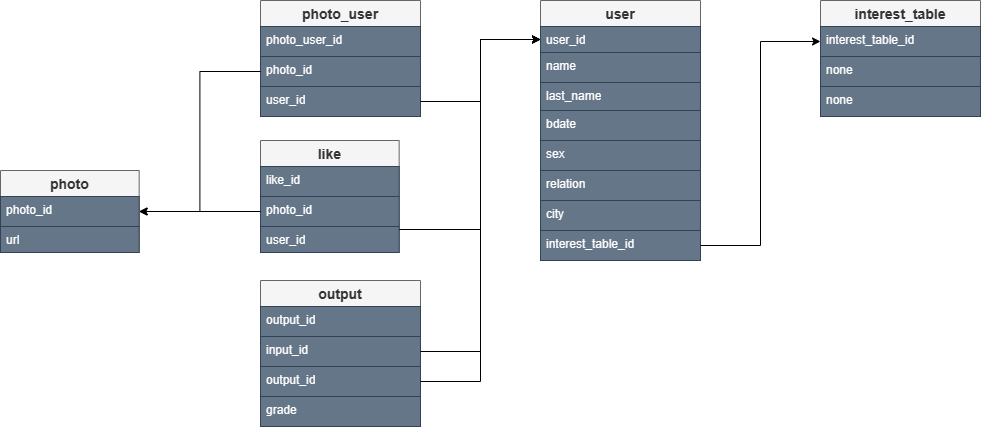
Earlier version of the draw.io export DataBase/VKinderDB.png (Vector232/Diplom_VKinder). Source tidied: cells renumbered, new cells last; positions are measured from the earlier drawing's top-left corner, leaving out a move shared by most shapes.
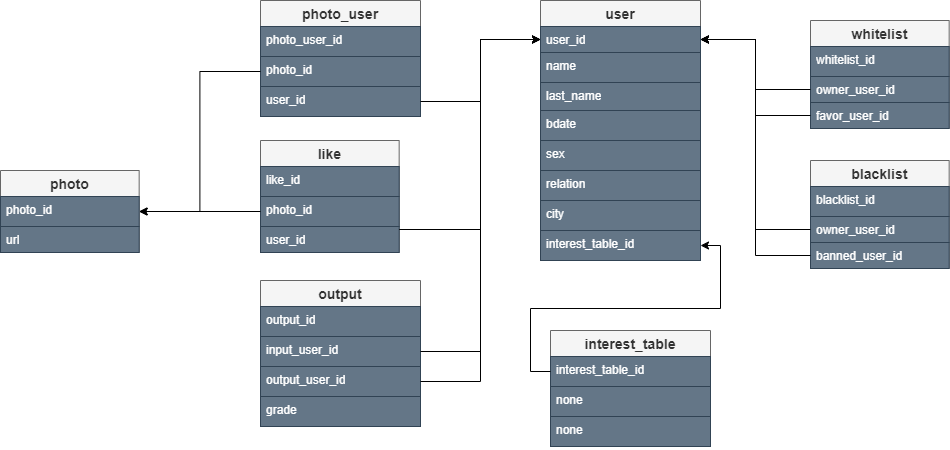
After the change.

The edit, as a diff of the source:
```diff
@@ -30,7 +30,7 @@
       <mxGeometry y="230" width="160" height="30" as="geometry" />
     </mxCell>
     <mxCell id="11" value="interest_table" style="swimlane;fontStyle=1;horizontal=1;startSize=26;align=center;fontSize=14;fillColor=#f5f5f5;fontColor=#333333;strokeColor=#666666;" parent="1" vertex="1">
-      <mxGeometry x="820" width="160" height="116" as="geometry" />
+      <mxGeometry x="550" y="330" width="160" height="116" as="geometry" />
     </mxCell>
     <mxCell id="12" value="interest_table_id" style="text;strokeColor=#314354;fillColor=#647687;spacingLeft=4;spacingRight=4;overflow=hidden;points=[[0,0.5],[1,0.5]];portConstraint=eastwest;fontSize=12;whiteSpace=wrap;html=1;fontColor=#ffffff;" parent="11" vertex="1">
       <mxGeometry y="26" width="160" height="30" as="geometry" />
@@ -74,10 +74,10 @@
     <mxCell id="25" value="output_id" style="text;strokeColor=#314354;fillColor=#647687;spacingLeft=4;spacingRight=4;overflow=hidden;fontSize=12;whiteSpace=wrap;html=1;fontColor=#ffffff;" parent="24" vertex="1">
       <mxGeometry y="26" width="160" height="30" as="geometry" />
     </mxCell>
-    <mxCell id="26" value="input_id" style="text;strokeColor=#314354;fillColor=#647687;spacingLeft=4;spacingRight=4;overflow=hidden;points=[[0,0.5],[1,0.5]];portConstraint=eastwest;fontSize=12;whiteSpace=wrap;html=1;fontColor=#ffffff;" parent="24" vertex="1">
+    <mxCell id="26" value="input_user_id" style="text;strokeColor=#314354;fillColor=#647687;spacingLeft=4;spacingRight=4;overflow=hidden;points=[[0,0.5],[1,0.5]];portConstraint=eastwest;fontSize=12;whiteSpace=wrap;html=1;fontColor=#ffffff;" parent="24" vertex="1">
       <mxGeometry y="56" width="160" height="30" as="geometry" />
     </mxCell>
-    <mxCell id="27" value="output_id" style="text;strokeColor=#314354;fillColor=#647687;spacingLeft=4;spacingRight=4;overflow=hidden;points=[[0,0.5],[1,0.5]];portConstraint=eastwest;fontSize=12;whiteSpace=wrap;html=1;fontColor=#ffffff;" parent="24" vertex="1">
+    <mxCell id="27" value="output_user_id" style="text;strokeColor=#314354;fillColor=#647687;spacingLeft=4;spacingRight=4;overflow=hidden;points=[[0,0.5],[1,0.5]];portConstraint=eastwest;fontSize=12;whiteSpace=wrap;html=1;fontColor=#ffffff;" parent="24" vertex="1">
       <mxGeometry y="86" width="160" height="30" as="geometry" />
     </mxCell>
     <mxCell id="28" value="grade" style="text;strokeColor=#314354;fillColor=#647687;spacingLeft=4;spacingRight=4;overflow=hidden;fontSize=12;whiteSpace=wrap;html=1;fontColor=#ffffff;" parent="24" vertex="1">
@@ -112,8 +112,44 @@
         </Array>
       </mxGeometry>
     </mxCell>
-    <mxCell id="37" style="edgeStyle=orthogonalEdgeStyle;rounded=0;jettySize=auto;html=1;" parent="1" edge="1" source="10" target="12">
-      <mxGeometry relative="1" as="geometry" />
-    </mxCell>
+    <mxCell id="38" value="blacklist" style="swimlane;fontStyle=1;horizontal=1;startSize=26;align=center;fontSize=14;fillColor=#f5f5f5;fontColor=#333333;strokeColor=#666666;" parent="1" vertex="1">
+      <mxGeometry x="810" y="160" width="138.7" height="108" as="geometry" />
+    </mxCell>
+    <mxCell id="39" value="blacklist_id" style="text;strokeColor=#314354;fillColor=#647687;spacingLeft=4;spacingRight=4;overflow=hidden;fontSize=12;whiteSpace=wrap;html=1;fontColor=#ffffff;" parent="38" vertex="1">
+      <mxGeometry y="26" width="138.7" height="30" as="geometry" />
+    </mxCell>
+    <mxCell id="40" value="owner_user_id" style="text;strokeColor=#314354;fillColor=#647687;spacingLeft=4;spacingRight=4;overflow=hidden;points=[[0,0.5],[1,0.5]];portConstraint=eastwest;fontSize=12;whiteSpace=wrap;html=1;fontColor=#ffffff;" parent="38" vertex="1">
+      <mxGeometry y="56" width="138.7" height="26" as="geometry" />
+    </mxCell>
+    <mxCell id="41" value="banned_user_id" style="text;strokeColor=#314354;fillColor=#647687;spacingLeft=4;spacingRight=4;overflow=hidden;points=[[0,0.5],[1,0.5]];portConstraint=eastwest;fontSize=12;whiteSpace=wrap;html=1;fontColor=#ffffff;" parent="38" vertex="1">
+      <mxGeometry y="82" width="138.7" height="26" as="geometry" />
+    </mxCell>
+    <mxCell id="42" value="whitelist" style="swimlane;fontStyle=1;horizontal=1;startSize=26;align=center;fontSize=14;fillColor=#f5f5f5;fontColor=#333333;strokeColor=#666666;" parent="1" vertex="1">
+      <mxGeometry x="810" y="20" width="138.7" height="108" as="geometry" />
+    </mxCell>
+    <mxCell id="43" value="whitelist_id" style="text;strokeColor=#314354;fillColor=#647687;spacingLeft=4;spacingRight=4;overflow=hidden;fontSize=12;whiteSpace=wrap;html=1;fontColor=#ffffff;" parent="42" vertex="1">
+      <mxGeometry y="26" width="138.7" height="30" as="geometry" />
+    </mxCell>
+    <mxCell id="44" value="owner_user_id" style="text;strokeColor=#314354;fillColor=#647687;spacingLeft=4;spacingRight=4;overflow=hidden;points=[[0,0.5],[1,0.5]];portConstraint=eastwest;fontSize=12;whiteSpace=wrap;html=1;fontColor=#ffffff;" parent="42" vertex="1">
+      <mxGeometry y="56" width="138.7" height="26" as="geometry" />
+    </mxCell>
+    <mxCell id="45" value="favor_user_id" style="text;strokeColor=#314354;fillColor=#647687;spacingLeft=4;spacingRight=4;overflow=hidden;points=[[0,0.5],[1,0.5]];portConstraint=eastwest;fontSize=12;whiteSpace=wrap;html=1;fontColor=#ffffff;" parent="42" vertex="1">
+      <mxGeometry y="82" width="138.7" height="26" as="geometry" />
+    </mxCell>
+    <mxCell id="46" style="edgeStyle=orthogonalEdgeStyle;rounded=0;jettySize=auto;html=1;" parent="1" edge="1" source="44" target="3">
+      <mxGeometry relative="1" as="geometry" />
+    </mxCell>
+    <mxCell id="47" style="edgeStyle=orthogonalEdgeStyle;rounded=0;jettySize=auto;html=1;" parent="1" edge="1" source="45" target="3">
+      <mxGeometry relative="1" as="geometry" />
+    </mxCell>
+    <mxCell id="48" style="edgeStyle=orthogonalEdgeStyle;rounded=0;jettySize=auto;html=1;" parent="1" edge="1" source="40" target="3">
+      <mxGeometry relative="1" as="geometry" />
+    </mxCell>
+    <mxCell id="49" style="edgeStyle=orthogonalEdgeStyle;rounded=0;jettySize=auto;html=1;" parent="1" edge="1" source="41" target="3">
+      <mxGeometry relative="1" as="geometry" />
+    </mxCell>
+    <mxCell id="50" style="edgeStyle=orthogonalEdgeStyle;rounded=0;jettySize=auto;html=1;" parent="1" edge="1" source="12" target="10">
+      <mxGeometry relative="1" as="geometry" />
+    </mxCell>
   </root>
 </mxGraphModel>
```
